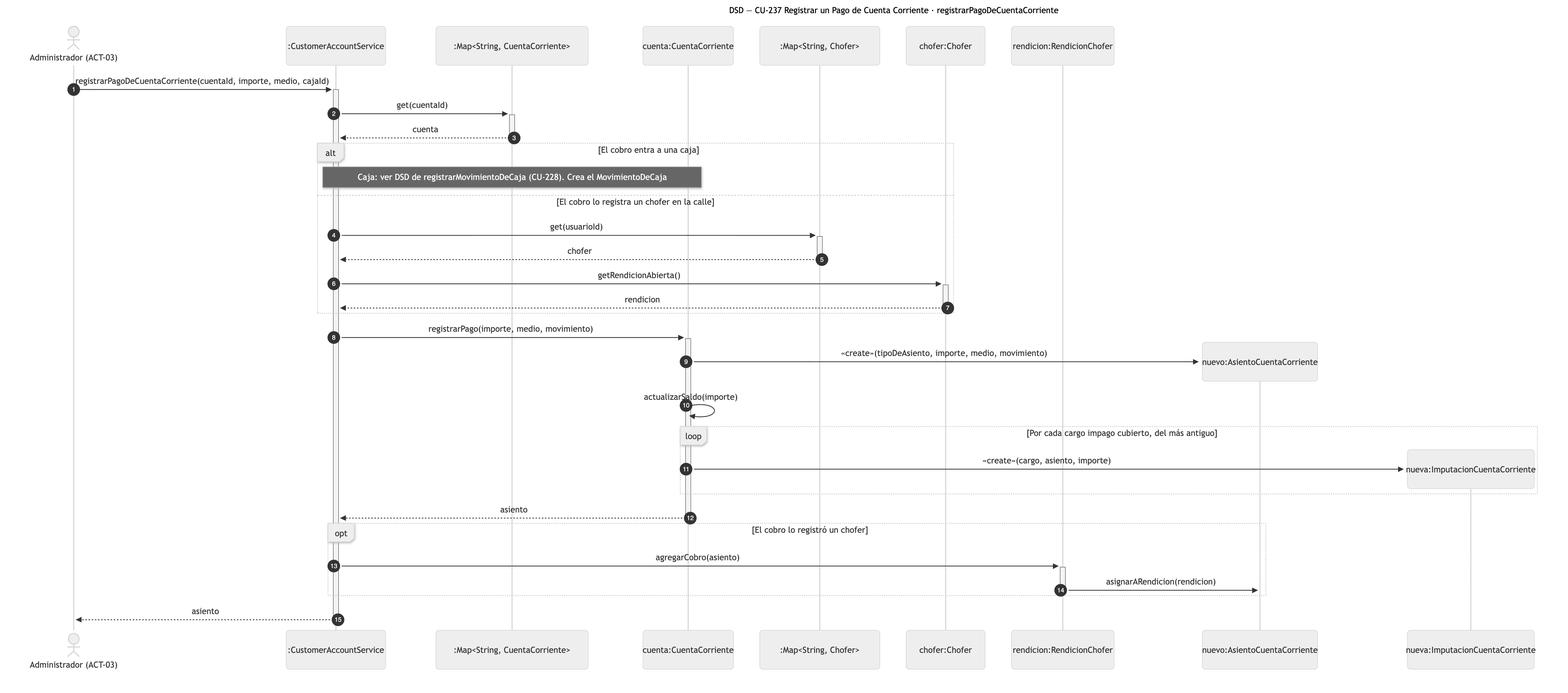
Nahuelito-Dev/splg-docs keeps this Mermaid diagram as diagramas/png/DSD_CU-237_registrarPagoDeCuentaCorriente.png. Above is the earlier version. Its source is kept beside it as diagramas/DSD_CU-237_registrarPagoDeCuentaCorriente.mmd.
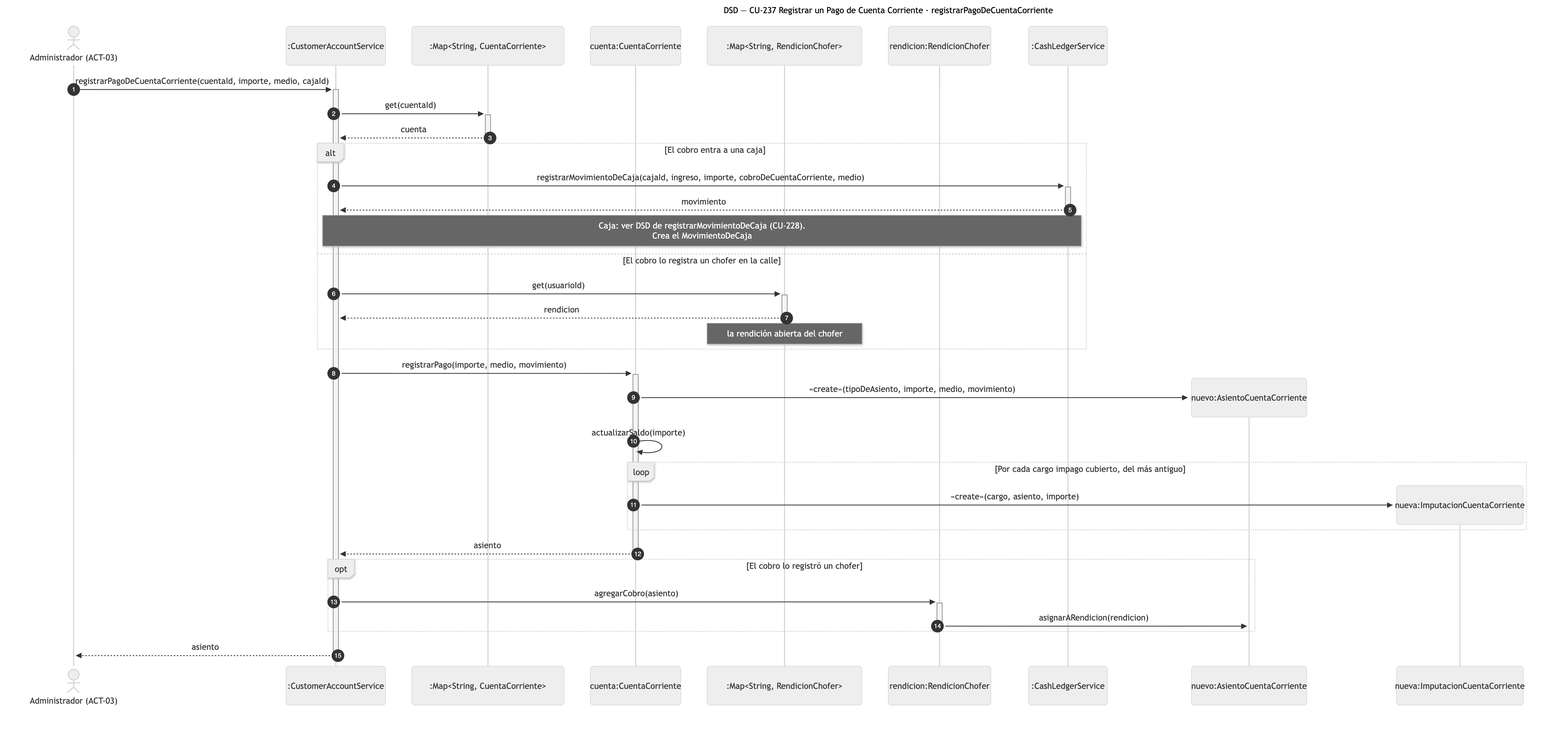
The same diagram one commit later.

Change to the diagram source:
```diff
@@ -5,20 +5,21 @@
     participant SRV as :CustomerAccountService
     participant CUES as :Map#lt;String, CuentaCorriente#gt;
     participant CUE as cuenta:CuentaCorriente
-    participant CHFS as :Map#lt;String, Chofer#gt;
-    participant CHF as chofer:Chofer
+    participant RENS as :Map#lt;String, RendicionChofer#gt;
     participant REN as rendicion:RendicionChofer
+    participant LDG as :CashLedgerService
 
     ADM->>+SRV: registrarPagoDeCuentaCorriente(cuentaId, importe, medio, cajaId)
     SRV->>+CUES: get(cuentaId)
     CUES-->>-SRV: cuenta
     alt El cobro entra a una caja
-        Note over SRV,CUE: Caja: ver DSD de registrarMovimientoDeCaja (CU-228). Crea el MovimientoDeCaja
+        SRV->>+LDG: registrarMovimientoDeCaja(cajaId, ingreso, importe, cobroDeCuentaCorriente, medio)
+        LDG-->>-SRV: movimiento
+        Note over SRV,LDG: Caja: ver DSD de registrarMovimientoDeCaja (CU-228).<br/>Crea el MovimientoDeCaja
     else El cobro lo registra un chofer en la calle
-        SRV->>+CHFS: get(usuarioId)
-        CHFS-->>-SRV: chofer
-        SRV->>+CHF: getRendicionAbierta()
-        CHF-->>-SRV: rendicion
+        SRV->>+RENS: get(usuarioId)
+        RENS-->>-SRV: rendicion
+        Note over RENS: la rendición abierta del chofer
     end
     SRV->>+CUE: registrarPago(importe, medio, movimiento)
     create participant NAS as nuevo:AsientoCuentaCorriente
```
